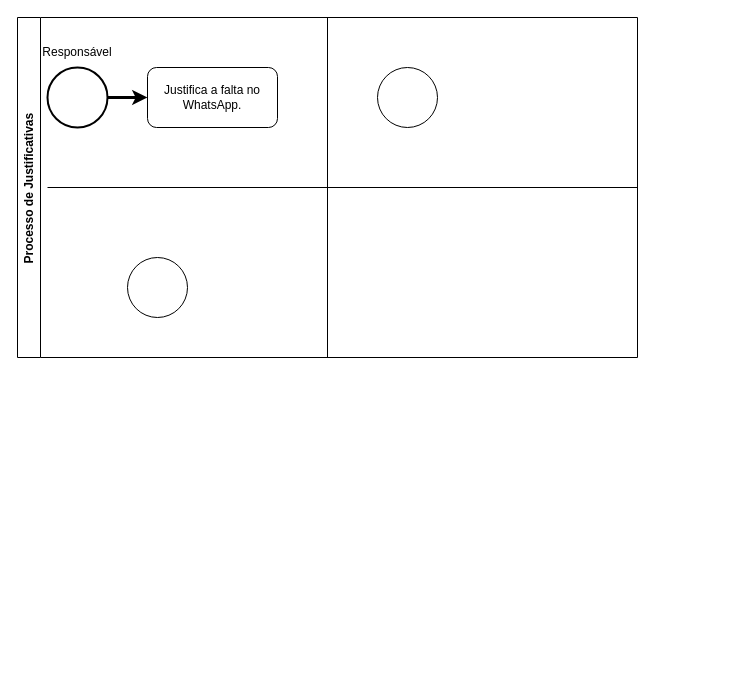
This is BPMN/Atividade1/Trabalho Prototipagem 1.drawio from GabrielALPorto/Modelanges-Banco-Dados-e-Outras, a draw.io file, before an edit. Source tidied: cells renumbered, new cells numbered last; positions are measured from the earlier drawing's top-left corner, leaving out a move shared by most shapes. Both pictures are drawn from the tidied source at 100%, with x=0, y=0 at pixel (17, 17).
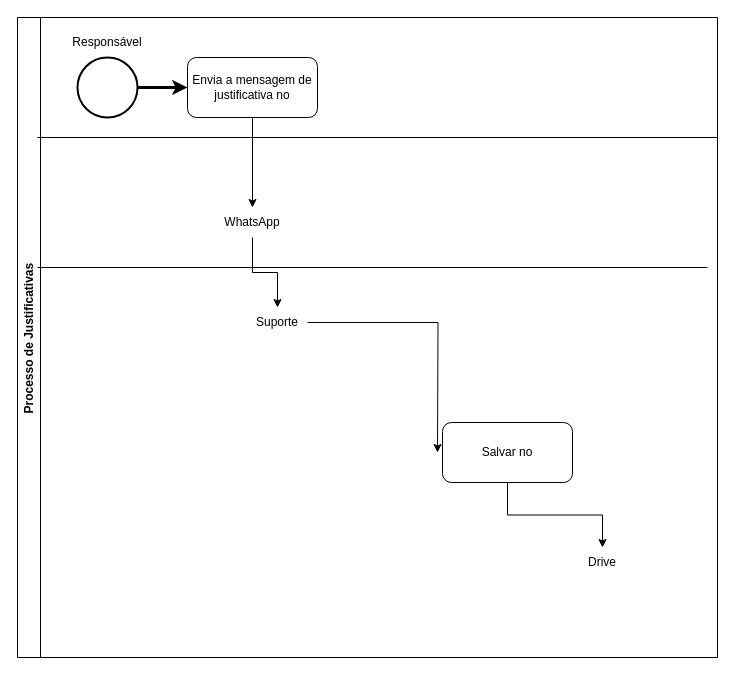
The same diagram, later.

What changed in the source:
```diff
@@
 <mxGraphModel>
   <root>
     <mxCell id="0" />
     <mxCell id="1" parent="0" />
     <mxCell id="2" value="Processo de Justificativas&amp;nbsp;" style="swimlane;horizontal=0;whiteSpace=wrap;html=1;startSize=23;swimlaneFillColor=default;gradientColor=none;" parent="1" vertex="1">
-      <mxGeometry width="620" height="340" as="geometry" />
+      <mxGeometry width="700" height="640" as="geometry" />
     </mxCell>
     <mxCell id="3" style="ellipse;whiteSpace=wrap;html=1;strokeWidth=2;" parent="2" vertex="1">
-      <mxGeometry x="30" y="50" width="60" height="60" as="geometry" />
+      <mxGeometry x="60" y="40" width="60" height="60" as="geometry" />
     </mxCell>
-    <mxCell id="4" style="ellipse;whiteSpace=wrap;html=1;" parent="2" vertex="1">
-      <mxGeometry x="110" y="240" width="60" height="60" as="geometry" />
-    </mxCell>
-    <mxCell id="5" style="ellipse;whiteSpace=wrap;html=1;" parent="2" vertex="1">
-      <mxGeometry x="360" y="50" width="60" height="60" as="geometry" />
-    </mxCell>
     <mxCell id="6" value="&lt;div&gt;Responsável&lt;/div&gt;" style="text;html=1;whiteSpace=wrap;strokeColor=none;fillColor=none;align=center;verticalAlign=middle;rounded=0;rotation=0;" parent="2" vertex="1">
-      <mxGeometry x="20" y="20" width="80" height="30" as="geometry" />
+      <mxGeometry x="50" y="10" width="80" height="30" as="geometry" />
     </mxCell>
+    <mxCell id="11" style="edgeStyle=orthogonalEdgeStyle;rounded=0;jettySize=auto;html=1;entryX=0.5;entryY=0;entryDx=0;entryDy=0;" parent="2" edge="1" source="7" target="19">
+      <mxGeometry relative="1" as="geometry" />
+    </mxCell>
-    <mxCell id="7" value="&lt;div&gt;Justifica a falta no WhatsApp.&lt;/div&gt;" style="rounded=1;whiteSpace=wrap;html=1;" parent="2" vertex="1">
-      <mxGeometry x="130" y="50" width="130" height="60" as="geometry" />
+    <mxCell id="7" value="Envia a mensagem de justificativa no" style="rounded=1;whiteSpace=wrap;html=1;" parent="2" vertex="1">
+      <mxGeometry x="170" y="40" width="130" height="60" as="geometry" />
     </mxCell>
-    <mxCell id="8" style="endArrow=classic;html=1;rounded=0;exitX=1;exitY=0.5;exitDx=0;exitDy=0;entryX=0;entryY=0.5;entryDx=0;entryDy=0;strokeWidth=3;" parent="2" edge="1" source="3" target="7">
+    <mxCell id="8" style="endArrow=classic;html=1;rounded=0;exitX=1;exitY=0.5;exitDx=0;exitDy=0;strokeWidth=3;" parent="2" edge="1" source="3" target="7">
       <mxGeometry relative="1" as="geometry" />
     </mxCell>
+    <mxCell id="12" style="edgeStyle=orthogonalEdgeStyle;rounded=0;jettySize=auto;html=1;" parent="2" edge="1" source="13">
+      <mxGeometry relative="1" as="geometry">
+        <mxPoint x="420" y="435" as="targetPoint" />
+      </mxGeometry>
+    </mxCell>
+    <mxCell id="13" value="&lt;div&gt;Suporte&lt;/div&gt;" style="text;html=1;whiteSpace=wrap;strokeColor=none;fillColor=none;align=center;verticalAlign=middle;rounded=0;rotation=0;" parent="2" vertex="1">
+      <mxGeometry x="230" y="290" width="60" height="30" as="geometry" />
+    </mxCell>
+    <mxCell id="14" style="edgeStyle=orthogonalEdgeStyle;rounded=0;jettySize=auto;html=1;" parent="2" edge="1" source="15" target="17">
+      <mxGeometry relative="1" as="geometry" />
+    </mxCell>
+    <mxCell id="15" value="Salvar no" style="rounded=1;whiteSpace=wrap;html=1;" parent="2" vertex="1">
+      <mxGeometry x="425" y="405" width="130" height="60" as="geometry" />
+    </mxCell>
-    <mxCell id="9" style="endArrow=none;html=1;rounded=0;entryX=1;entryY=0.5;entryDx=0;entryDy=0;" parent="1" edge="1" target="2">
+    <mxCell id="9" style="endArrow=none;html=1;rounded=0;" parent="2" edge="1">
       <mxGeometry relative="1" as="geometry">
-        <mxPoint x="30" y="170" as="sourcePoint" />
+        <mxPoint x="20" y="120" as="sourcePoint" />
+        <mxPoint x="700" y="120" as="targetPoint" />
       </mxGeometry>
     </mxCell>
-    <mxCell id="10" style="endArrow=none;html=1;rounded=0;entryX=0.5;entryY=0;entryDx=0;entryDy=0;exitX=0.5;exitY=1;exitDx=0;exitDy=0;" parent="1" edge="1" source="2" target="2">
-      <mxGeometry relative="1" as="geometry" />
-    </mxCell>
+    <mxCell id="16" style="endArrow=none;html=1;rounded=0;" parent="2" edge="1">
+      <mxGeometry relative="1" as="geometry">
+        <mxPoint x="20" y="250" as="sourcePoint" />
+        <mxPoint x="690" y="250" as="targetPoint" />
+      </mxGeometry>
+    </mxCell>
+    <mxCell id="17" value="Drive" style="text;html=1;whiteSpace=wrap;strokeColor=none;fillColor=none;align=center;verticalAlign=middle;rounded=0;" parent="2" vertex="1">
+      <mxGeometry x="555" y="530" width="60" height="30" as="geometry" />
+    </mxCell>
+    <mxCell id="18" style="edgeStyle=orthogonalEdgeStyle;rounded=0;jettySize=auto;html=1;" parent="2" edge="1" source="19" target="13">
+      <mxGeometry relative="1" as="geometry" />
+    </mxCell>
+    <mxCell id="19" value="&lt;div&gt;WhatsApp&lt;/div&gt;" style="text;html=1;whiteSpace=wrap;strokeColor=none;fillColor=none;align=center;verticalAlign=middle;rounded=0;" parent="2" vertex="1">
+      <mxGeometry x="205" y="190" width="60" height="30" as="geometry" />
+    </mxCell>
   </root>
 </mxGraphModel>
```
